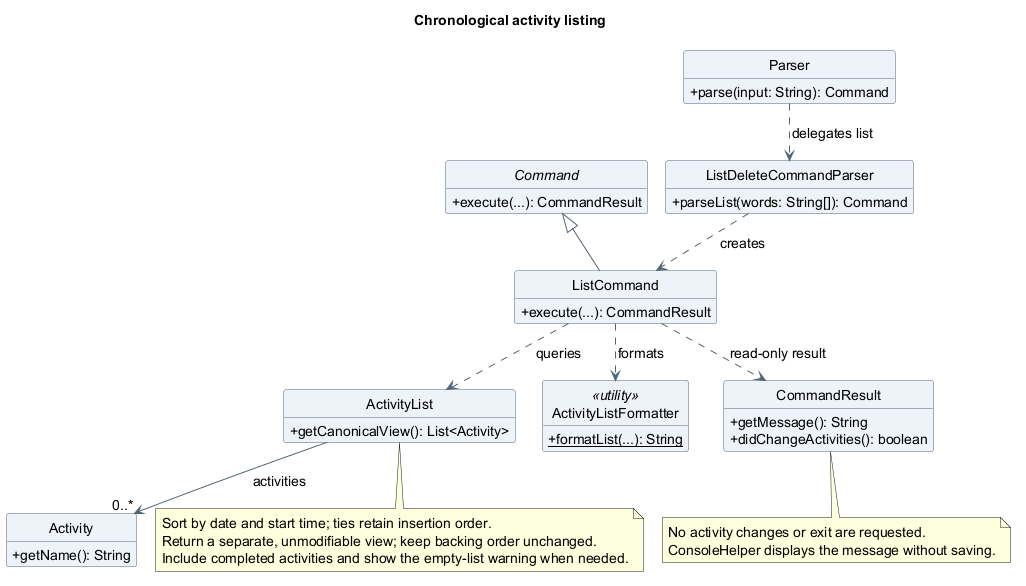
This is docs/images/asyraf/class/ListActivityClassDiagram.png from AY2627S1-CS2113-T10-4/tp, a PlantUML export, as it was before one commit.
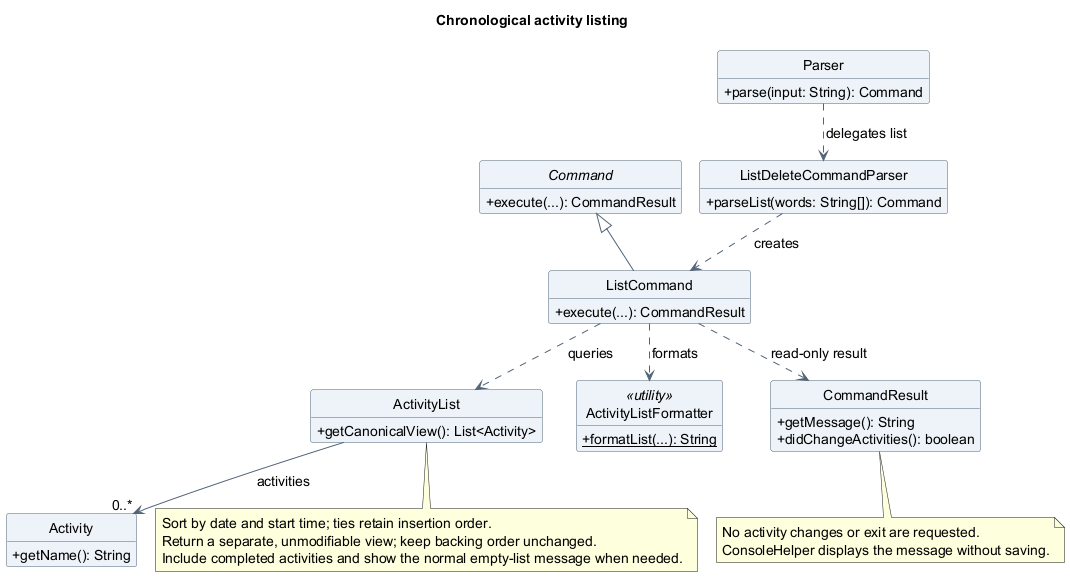
Above is the later version.

Diff of the diagram source:
```diff
@@ -47,7 +47,7 @@
 note bottom of ActivityList
   Sort by date and start time; ties retain insertion order.
   Return a separate, unmodifiable view; keep backing order unchanged.
-  Include completed activities and show the empty-list warning when needed.
+  Include completed activities and show the normal empty-list message when needed.
 end note
 note bottom of CommandResult
   No activity changes or exit are requested.
```
